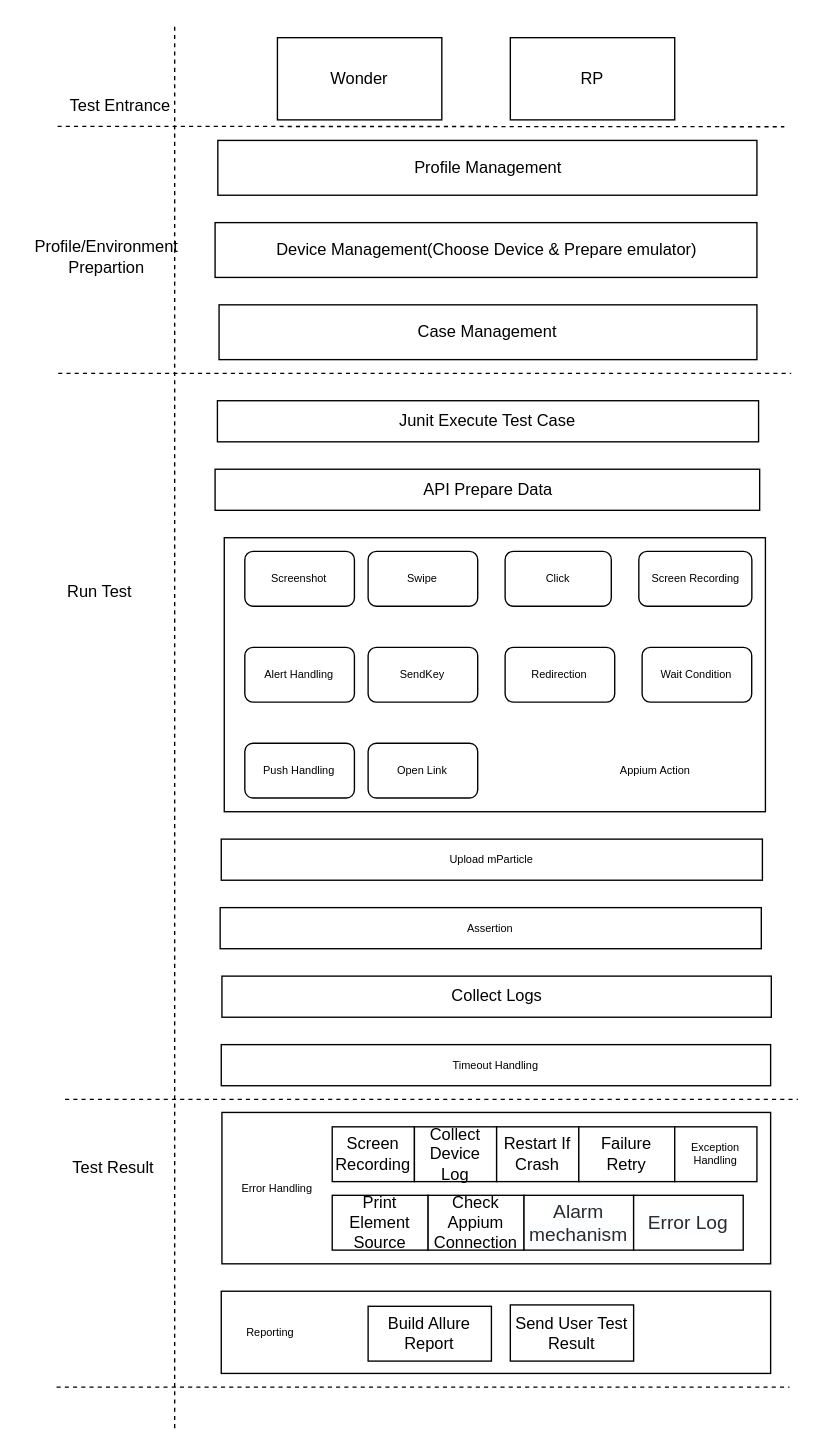
Before: page "第 2 页" (2 of 7) of App Automation 2.0.drawio in michellec2021/appium-demo, a draw.io diagram. Source tidied: cells renumbered, new cells numbered last; positions are measured from the earlier drawing's top-left corner, leaving out a move shared by most shapes. Both pictures are drawn from the tidied source at 137%, with x=0, y=0 at pixel (23, 23).
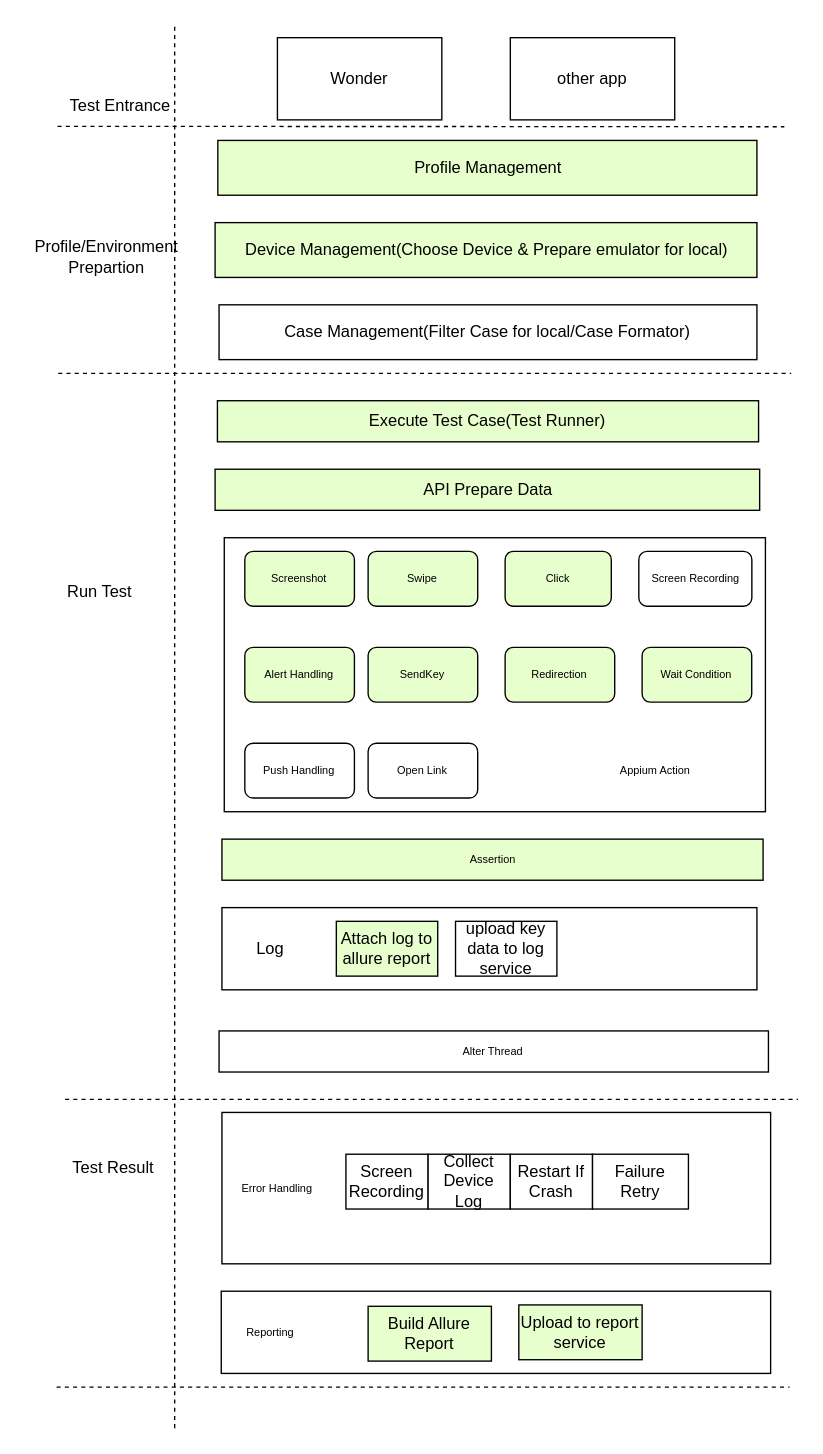
Above is the later version.

Change to the diagram source:
```diff
@@
-    <mxCell id="7" value="RP" style="rounded=0;whiteSpace=wrap;html=1;" parent="1" vertex="1">
+    <mxCell id="7" value="other app" style="rounded=0;whiteSpace=wrap;html=1;" parent="1" vertex="1">
       <mxGeometry x="355" y="10" width="120" height="60" as="geometry" />
     </mxCell>
@@
-    <mxCell id="10" value="Profile Management" style="rounded=0;whiteSpace=wrap;html=1;" parent="1" vertex="1">
+    <mxCell id="10" value="Profile Management" style="rounded=0;whiteSpace=wrap;html=1;fillColor=#E6FFCC;" parent="1" vertex="1">
       <mxGeometry x="141.5" y="85" width="393.5" height="40" as="geometry" />
     </mxCell>
-    <mxCell id="11" value="API Prepare Data" style="rounded=0;whiteSpace=wrap;html=1;" parent="1" vertex="1">
+    <mxCell id="11" value="API Prepare Data" style="rounded=0;whiteSpace=wrap;html=1;fillColor=#E6FFCC;" parent="1" vertex="1">
       <mxGeometry x="139.5" y="325" width="397.5" height="30" as="geometry" />
     </mxCell>
-    <mxCell id="12" value="Junit Execute Test Case" style="rounded=0;whiteSpace=wrap;html=1;" parent="1" vertex="1">
+    <mxCell id="12" value="Execute Test Case(Test Runner)" style="rounded=0;whiteSpace=wrap;html=1;fillColor=#E6FFCC;" parent="1" vertex="1">
       <mxGeometry x="141.2" y="275" width="395" height="30" as="geometry" />
     </mxCell>
@@
-    <mxCell id="16" value="Collect Logs" style="rounded=0;whiteSpace=wrap;html=1;" parent="1" vertex="1">
-      <mxGeometry x="144.5" y="695" width="401" height="30" as="geometry" />
+    <mxCell id="16" style="rounded=0;whiteSpace=wrap;html=1;" parent="1" vertex="1">
+      <mxGeometry x="144.5" y="645" width="390.5" height="60" as="geometry" />
     </mxCell>
@@
     <mxCell id="18" value="Screen Recording" style="rounded=0;whiteSpace=wrap;html=1;" parent="1" vertex="1">
-      <mxGeometry x="225" y="805" width="60" height="40" as="geometry" />
+      <mxGeometry x="235" y="825" width="60" height="40" as="geometry" />
     </mxCell>
@@
-    <mxCell id="20" value="Send User Test Result" style="rounded=0;whiteSpace=wrap;html=1;" parent="1" vertex="1">
-      <mxGeometry x="355" y="935" width="90" height="41" as="geometry" />
-    </mxCell>
-    <mxCell id="21" value="Device Management(Choose Device &amp;amp; Prepare emulator)" style="rounded=0;whiteSpace=wrap;html=1;" parent="1" vertex="1">
+    <mxCell id="21" value="Device Management(Choose Device &amp;amp; Prepare emulator for local)" style="rounded=0;whiteSpace=wrap;html=1;fillColor=#E6FFCC;" parent="1" vertex="1">
       <mxGeometry x="139.5" y="145" width="395.5" height="40" as="geometry" />
     </mxCell>
-    <mxCell id="22" value="Case Management" style="rounded=0;whiteSpace=wrap;html=1;" parent="1" vertex="1">
+    <mxCell id="22" value="Case Management(Filter Case for local/Case Formator)" style="rounded=0;whiteSpace=wrap;html=1;" parent="1" vertex="1">
       <mxGeometry x="142.4" y="205" width="392.6" height="40" as="geometry" />
     </mxCell>
-    <mxCell id="23" value="Screenshot" style="rounded=1;whiteSpace=wrap;html=1;fontSize=8;fillColor=#FFFFFF;" parent="1" vertex="1">
+    <mxCell id="23" value="Screenshot" style="rounded=1;whiteSpace=wrap;html=1;fontSize=8;fillColor=#E6FFCC;" parent="1" vertex="1">
       <mxGeometry x="161.2" y="385" width="80" height="40" as="geometry" />
     </mxCell>
-    <mxCell id="24" value="Swipe" style="rounded=1;whiteSpace=wrap;html=1;fontSize=8;fillColor=#FFFFFF;" parent="1" vertex="1">
+    <mxCell id="24" value="Swipe" style="rounded=1;whiteSpace=wrap;html=1;fontSize=8;fillColor=#E6FFCC;" parent="1" vertex="1">
       <mxGeometry x="251.2" y="385" width="80" height="40" as="geometry" />
     </mxCell>
-    <mxCell id="25" value="Click" style="rounded=1;whiteSpace=wrap;html=1;fontSize=8;fillColor=#FFFFFF;" parent="1" vertex="1">
+    <mxCell id="25" value="Click" style="rounded=1;whiteSpace=wrap;html=1;fontSize=8;fillColor=#E6FFCC;" parent="1" vertex="1">
       <mxGeometry x="351.2" y="385" width="77.5" height="40" as="geometry" />
     </mxCell>
@@
-    <mxCell id="27" value="SendKey" style="rounded=1;whiteSpace=wrap;html=1;fontSize=8;fillColor=#FFFFFF;" parent="1" vertex="1">
+    <mxCell id="27" value="SendKey" style="rounded=1;whiteSpace=wrap;html=1;fontSize=8;fillColor=#E6FFCC;" parent="1" vertex="1">
       <mxGeometry x="251.2" y="455" width="80" height="40" as="geometry" />
     </mxCell>
-    <mxCell id="28" value="Redirection" style="rounded=1;whiteSpace=wrap;html=1;fontSize=8;fillColor=#FFFFFF;" parent="1" vertex="1">
+    <mxCell id="28" value="Redirection" style="rounded=1;whiteSpace=wrap;html=1;fontSize=8;fillColor=#E6FFCC;" parent="1" vertex="1">
       <mxGeometry x="351.2" y="455" width="80" height="40" as="geometry" />
     </mxCell>
-    <mxCell id="29" value="Wait Condition" style="rounded=1;whiteSpace=wrap;html=1;fontSize=8;fillColor=#FFFFFF;" parent="1" vertex="1">
+    <mxCell id="29" value="Wait Condition" style="rounded=1;whiteSpace=wrap;html=1;fontSize=8;fillColor=#E6FFCC;" parent="1" vertex="1">
       <mxGeometry x="451.2" y="455" width="80" height="40" as="geometry" />
     </mxCell>
@@
-    <mxCell id="32" value="Alert Handling" style="rounded=1;whiteSpace=wrap;html=1;fontSize=8;fillColor=#FFFFFF;" parent="1" vertex="1">
+    <mxCell id="32" value="Alert Handling" style="rounded=1;whiteSpace=wrap;html=1;fontSize=8;fillColor=#E6FFCC;" parent="1" vertex="1">
       <mxGeometry x="161.2" y="455" width="80" height="40" as="geometry" />
     </mxCell>
@@
-    <mxCell id="34" value="Upload mParticle" style="rounded=0;whiteSpace=wrap;html=1;fontSize=8;fillColor=#FFFFFF;" parent="1" vertex="1">
-      <mxGeometry x="144" y="595" width="395" height="30" as="geometry" />
-    </mxCell>
-    <mxCell id="35" value="Assertion" style="rounded=0;whiteSpace=wrap;html=1;fontSize=8;fillColor=#FFFFFF;" parent="1" vertex="1">
-      <mxGeometry x="143.2" y="645" width="395" height="30" as="geometry" />
+    <mxCell id="35" value="Assertion" style="rounded=0;whiteSpace=wrap;html=1;fontSize=8;fillColor=#E6FFCC;" parent="1" vertex="1">
+      <mxGeometry x="144.5" y="595" width="395" height="30" as="geometry" />
     </mxCell>
-    <mxCell id="36" value="Timeout Handling" style="rounded=0;whiteSpace=wrap;html=1;fontSize=8;fillColor=#FFFFFF;" parent="1" vertex="1">
-      <mxGeometry x="144" y="745" width="401" height="30" as="geometry" />
+    <mxCell id="36" value="Alter Thread" style="rounded=0;whiteSpace=wrap;html=1;fontSize=8;fillColor=#FFFFFF;" parent="1" vertex="1">
+      <mxGeometry x="142.4" y="735" width="401" height="30" as="geometry" />
     </mxCell>
     <mxCell id="37" value="Collect Device Log" style="rounded=0;whiteSpace=wrap;html=1;" parent="1" vertex="1">
-      <mxGeometry x="285" y="805" width="60" height="40" as="geometry" />
+      <mxGeometry x="295" y="825" width="60" height="40" as="geometry" />
     </mxCell>
     <mxCell id="38" value="Restart If Crash" style="rounded=0;whiteSpace=wrap;html=1;" parent="1" vertex="1">
-      <mxGeometry x="345" y="805" width="60" height="40" as="geometry" />
+      <mxGeometry x="355" y="825" width="60" height="40" as="geometry" />
     </mxCell>
-    <mxCell id="39" value="Print Element Source" style="rounded=0;whiteSpace=wrap;html=1;" parent="1" vertex="1">
-      <mxGeometry x="225" y="855" width="70" height="40" as="geometry" />
-    </mxCell>
-    <mxCell id="40" value="Check Appium Connection" style="rounded=0;whiteSpace=wrap;html=1;" parent="1" vertex="1">
-      <mxGeometry x="295" y="855" width="70" height="40" as="geometry" />
-    </mxCell>
-    <mxCell id="41" value="&lt;span style=&quot;caret-color: rgb(42, 43, 46); color: rgb(42, 43, 46); font-family: &amp;quot;PingFang SC&amp;quot;, &amp;quot;Microsoft YaHei&amp;quot;, 微软雅黑, 宋体, &amp;quot;Malgun Gothic&amp;quot;, sans-serif; font-size: 14px; text-align: start; text-size-adjust: auto; background-color: rgb(252, 253, 254);&quot;&gt;Alarm mechanism&lt;/span&gt;" style="rounded=0;whiteSpace=wrap;html=1;" parent="1" vertex="1">
-      <mxGeometry x="365" y="855" width="80" height="40" as="geometry" />
-    </mxCell>
     <mxCell id="42" value="Failure Retry" style="rounded=0;whiteSpace=wrap;html=1;" parent="1" vertex="1">
-      <mxGeometry x="405" y="805" width="70" height="40" as="geometry" />
+      <mxGeometry x="415" y="825" width="70" height="40" as="geometry" />
     </mxCell>
-    <mxCell id="43" value="&lt;span style=&quot;caret-color: rgb(42, 43, 46); color: rgb(42, 43, 46); font-family: &amp;quot;PingFang SC&amp;quot;, &amp;quot;Microsoft YaHei&amp;quot;, 微软雅黑, 宋体, &amp;quot;Malgun Gothic&amp;quot;, sans-serif; font-size: 14px; text-align: start; text-size-adjust: auto; background-color: rgb(252, 253, 254);&quot;&gt;Error Log&lt;/span&gt;" style="rounded=0;whiteSpace=wrap;html=1;" parent="1" vertex="1">
-      <mxGeometry x="445" y="855" width="80" height="40" as="geometry" />
-    </mxCell>
@@
-    <mxCell id="45" value="Build Allure Report" style="rounded=0;whiteSpace=wrap;html=1;" parent="1" vertex="1">
+    <mxCell id="45" value="Build Allure Report" style="rounded=0;whiteSpace=wrap;html=1;fillColor=#E6FFCC;" parent="1" vertex="1">
       <mxGeometry x="251.2" y="936" width="90" height="40" as="geometry" />
     </mxCell>
@@
-    <mxCell id="48" value="Exception Handling" style="rounded=0;whiteSpace=wrap;html=1;fontSize=8;fillColor=#FFFFFF;" parent="1" vertex="1">
-      <mxGeometry x="475" y="805" width="60" height="40" as="geometry" />
-    </mxCell>
+    <mxCell id="49" value="Upload to report service" style="rounded=0;whiteSpace=wrap;html=1;fillColor=#E6FFCC;" parent="1" vertex="1">
+      <mxGeometry x="361.2" y="935" width="90" height="40" as="geometry" />
+    </mxCell>
+    <mxCell id="50" value="Attach log to allure report" style="rounded=0;whiteSpace=wrap;html=1;fillColor=#E6FFCC;" parent="1" vertex="1">
+      <mxGeometry x="228" y="655" width="74" height="40" as="geometry" />
+    </mxCell>
+    <mxCell id="51" value="Log" style="text;html=1;strokeColor=none;fillColor=none;align=center;verticalAlign=middle;whiteSpace=wrap;rounded=0;" parent="1" vertex="1">
+      <mxGeometry x="150" y="660" width="60" height="30" as="geometry" />
+    </mxCell>
+    <mxCell id="52" value="upload key data to log service" style="rounded=0;whiteSpace=wrap;html=1;" parent="1" vertex="1">
+      <mxGeometry x="315" y="655" width="74" height="40" as="geometry" />
+    </mxCell>
```
